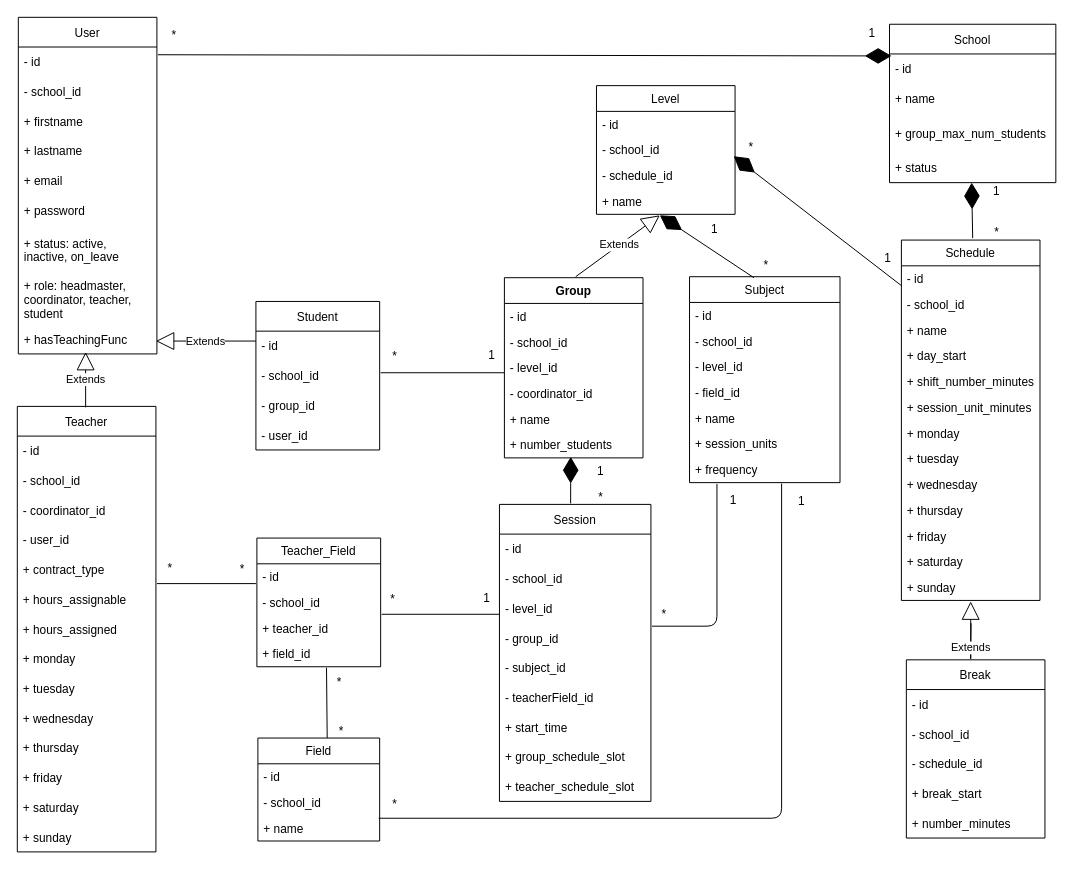
This is support/3_design/entities/entities_UML.drawio from JeromeVargas/schedule_maker, a draw.io file, before an edit. Source tidied: cells renumbered, new cells numbered last; positions are measured from the earlier drawing's top-left corner, leaving out a move shared by most shapes. Both pictures are drawn from the tidied source at 99%, with x=0, y=0 at pixel (17, 17).
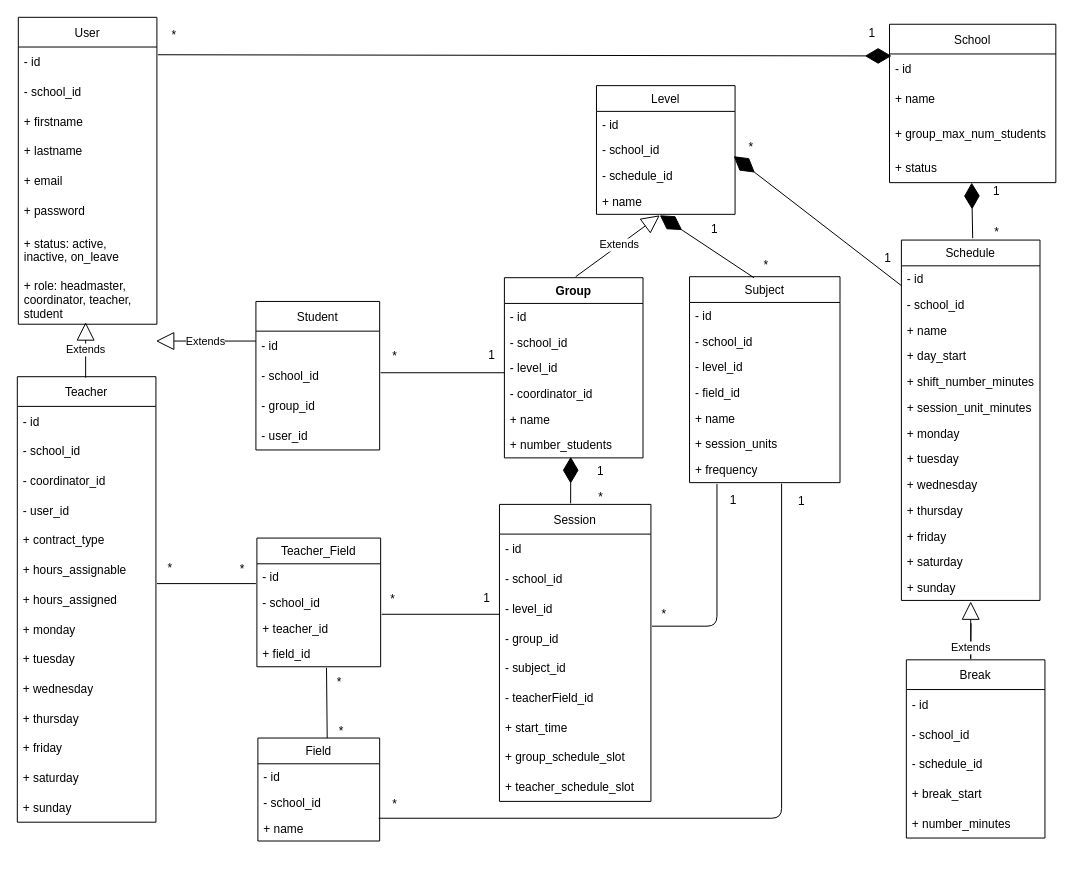
After the change.

The edit, as a diff of the source:
```diff
@@
     <mxCell id="3" value="User" style="swimlane;fontStyle=0;horizontal=1;startSize=30;" parent="1" vertex="1">
-      <mxGeometry x="1" width="140" height="340" as="geometry" />
+      <mxGeometry x="1" width="140" height="310" as="geometry" />
     </mxCell>
@@
-    <mxCell id="12" value="+ hasTeachingFunc" style="text;strokeColor=none;fillColor=none;align=left;verticalAlign=middle;spacingLeft=4;spacingRight=4;overflow=hidden;" parent="3" vertex="1">
-      <mxGeometry y="310" width="140" height="30" as="geometry" />
-    </mxCell>
@@
     <mxCell id="62" value="Teacher" style="swimlane;fontStyle=0;horizontal=1;startSize=30;" parent="1" vertex="1">
-      <mxGeometry y="393" width="140" height="450" as="geometry" />
+      <mxGeometry y="363" width="140" height="450" as="geometry" />
     </mxCell>
@@
     <mxCell id="87" value="Extends" style="endArrow=block;endSize=16;endFill=0;html=1;rounded=0;entryX=0.45;entryY=0.933;entryDx=0;entryDy=0;entryPerimeter=0;" parent="1" edge="1">
       <mxGeometry relative="1" as="geometry">
-        <mxPoint x="69" y="394" as="sourcePoint" />
-        <mxPoint x="69" y="338" as="targetPoint" />
+        <mxPoint x="69" y="364" as="sourcePoint" />
+        <mxPoint x="69" y="308" as="targetPoint" />
       </mxGeometry>
     </mxCell>
```
